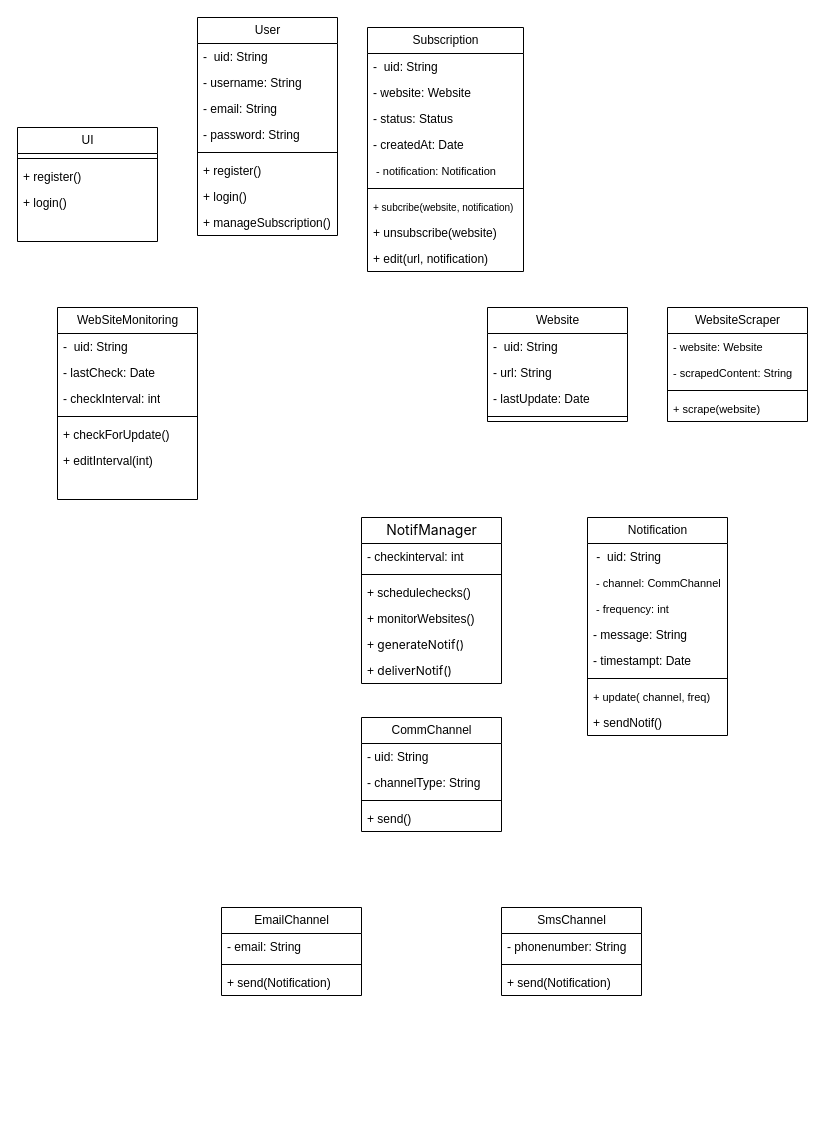
Jordis6534/SWE_D_EXC_- keeps this draw.io diagram as EXC_3.drawio. Above is the earlier version. Source tidied: cells renumbered, new cells numbered last; positions are measured from the earlier drawing's top-left corner, leaving out a move shared by most shapes. Both pictures are drawn from the tidied source at 100%, with x=0, y=0 at pixel (17, 17).
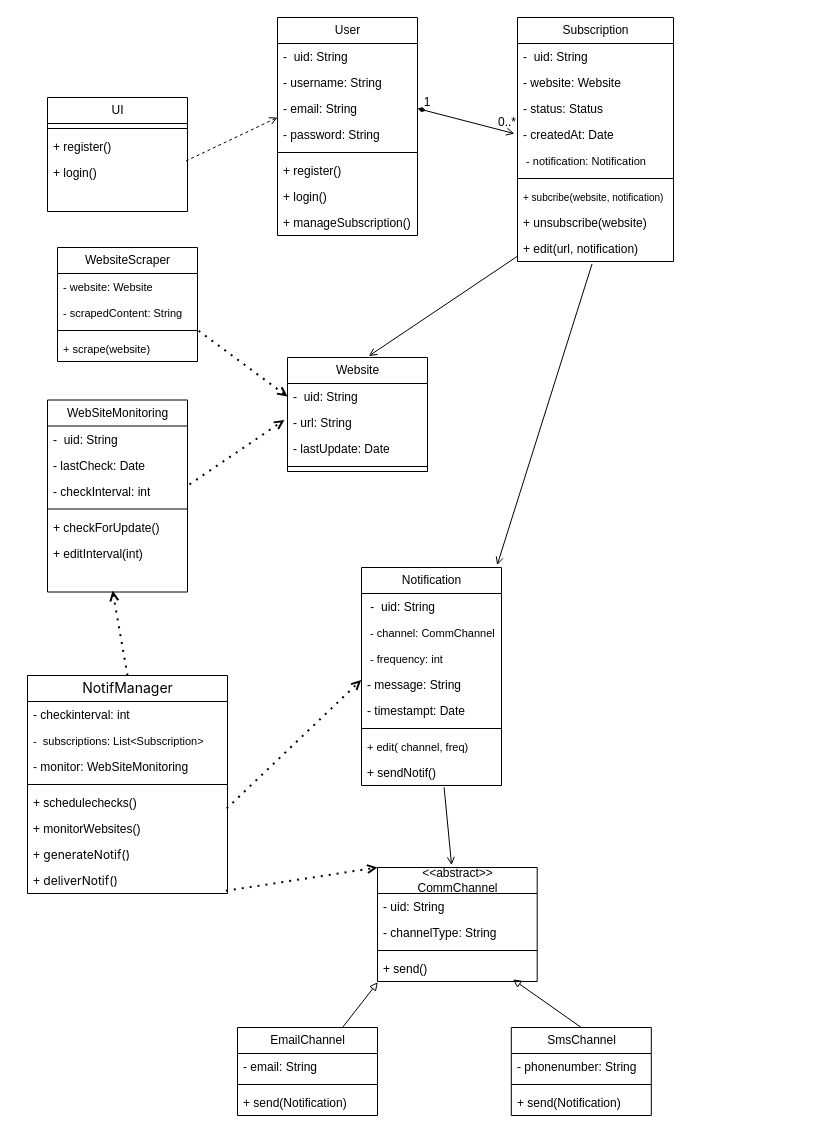
Above is the later version.

The change refers to these unchanged cells:
```xml
<mxCell id="5" value="- email: String" style="text;strokeColor=none;fillColor=none;align=left;verticalAlign=top;spacingLeft=4;spacingRight=4;overflow=hidden;points=[[0,0.5],[1,0.5]];portConstraint=eastwest;whiteSpace=wrap;html=1;" parent="2" vertex="1">
  <mxGeometry y="78" width="140" height="26" as="geometry" />
</mxCell>
<mxCell id="15" value="- createdAt: Date" style="text;strokeColor=none;fillColor=none;align=left;verticalAlign=top;spacingLeft=4;spacingRight=4;overflow=hidden;points=[[0,0.5],[1,0.5]];portConstraint=eastwest;whiteSpace=wrap;html=1;" parent="11" vertex="1">
  <mxGeometry y="104" width="156" height="26" as="geometry" />
</mxCell>
<mxCell id="20" value="+ edit(url, notification)" style="text;strokeColor=none;fillColor=none;align=left;verticalAlign=top;spacingLeft=4;spacingRight=4;overflow=hidden;points=[[0,0.5],[1,0.5]];portConstraint=eastwest;whiteSpace=wrap;html=1;" parent="11" vertex="1">
  <mxGeometry y="218" width="156" height="26" as="geometry" />
</mxCell>
<mxCell id="25" value="- message: String" style="text;strokeColor=none;fillColor=none;align=left;verticalAlign=top;spacingLeft=4;spacingRight=4;overflow=hidden;points=[[0,0.5],[1,0.5]];portConstraint=eastwest;whiteSpace=wrap;html=1;" parent="21" vertex="1">
  <mxGeometry y="104" width="140" height="26" as="geometry" />
</mxCell>
<mxCell id="29" value="+ sendNotif()" style="text;strokeColor=none;fillColor=none;align=left;verticalAlign=top;spacingLeft=4;spacingRight=4;overflow=hidden;points=[[0,0.5],[1,0.5]];portConstraint=eastwest;whiteSpace=wrap;html=1;" parent="21" vertex="1">
  <mxGeometry y="192" width="140" height="26" as="geometry" />
</mxCell>
<mxCell id="33" value="- checkInterval: int" style="text;strokeColor=none;fillColor=none;align=left;verticalAlign=top;spacingLeft=4;spacingRight=4;overflow=hidden;points=[[0,0.5],[1,0.5]];portConstraint=eastwest;whiteSpace=wrap;html=1;" parent="30" vertex="1">
  <mxGeometry y="78" width="140" height="26" as="geometry" />
</mxCell>
<mxCell id="37" style="text;strokeColor=none;fillColor=none;align=left;verticalAlign=top;spacingLeft=4;spacingRight=4;overflow=hidden;points=[[0,0.5],[1,0.5]];portConstraint=eastwest;whiteSpace=wrap;html=1;" parent="30" vertex="1">
  <mxGeometry y="166" width="140" height="26" as="geometry" />
</mxCell>
<mxCell id="41" value="+ login()" style="text;strokeColor=none;fillColor=none;align=left;verticalAlign=top;spacingLeft=4;spacingRight=4;overflow=hidden;points=[[0,0.5],[1,0.5]];portConstraint=eastwest;whiteSpace=wrap;html=1;" parent="38" vertex="1">
  <mxGeometry y="62" width="140" height="26" as="geometry" />
</mxCell>
<mxCell id="44" value="-&amp;nbsp; uid: String" style="text;strokeColor=none;fillColor=none;align=left;verticalAlign=top;spacingLeft=4;spacingRight=4;overflow=hidden;points=[[0,0.5],[1,0.5]];portConstraint=eastwest;whiteSpace=wrap;html=1;" parent="43" vertex="1">
  <mxGeometry y="26" width="140" height="26" as="geometry" />
</mxCell>
<mxCell id="45" value="- url: String" style="text;strokeColor=none;fillColor=none;align=left;verticalAlign=top;spacingLeft=4;spacingRight=4;overflow=hidden;points=[[0,0.5],[1,0.5]];portConstraint=eastwest;whiteSpace=wrap;html=1;" parent="43" vertex="1">
  <mxGeometry y="52" width="140" height="26" as="geometry" />
</mxCell>
<mxCell id="51" style="line;strokeWidth=1;html=1;perimeter=backbonePerimeter;points=[];outlineConnect=0;" parent="48" vertex="1">
  <mxGeometry y="78" width="140" height="10" as="geometry" />
</mxCell>
```

The edit, as a diff of the source:
```diff
@@
     <mxCell id="2" value="User" style="swimlane;fontStyle=0;horizontal=1;startSize=26;fillColor=none;html=1;" parent="1" vertex="1">
-      <mxGeometry x="180" width="140" height="218" as="geometry" />
+      <mxGeometry x="260" width="140" height="218" as="geometry" />
     </mxCell>
@@
     <mxCell id="11" value="Subscription" style="swimlane;fontStyle=0;horizontal=1;startSize=26;fillColor=none;html=1;" parent="1" vertex="1">
-      <mxGeometry x="350" y="10" width="156" height="244" as="geometry" />
+      <mxGeometry x="500" width="156" height="244" as="geometry" />
     </mxCell>
@@
     <mxCell id="21" value="Notification" style="swimlane;fontStyle=0;horizontal=1;startSize=26;fillColor=none;html=1;" parent="1" vertex="1">
-      <mxGeometry x="570" y="500" width="140" height="218" as="geometry" />
+      <mxGeometry x="344" y="550" width="140" height="218" as="geometry" />
     </mxCell>
@@
-    <mxCell id="28" value="&lt;font style=&quot;font-size: 11px;&quot;&gt;+ update( channel, freq)&lt;/font&gt;" style="text;strokeColor=none;fillColor=none;align=left;verticalAlign=top;spacingLeft=4;spacingRight=4;overflow=hidden;whiteSpace=wrap;html=1;" parent="21" vertex="1">
+    <mxCell id="28" value="&lt;font style=&quot;font-size: 11px;&quot;&gt;+ edit( channel, freq)&lt;/font&gt;" style="text;strokeColor=none;fillColor=none;align=left;verticalAlign=top;spacingLeft=4;spacingRight=4;overflow=hidden;whiteSpace=wrap;html=1;" parent="21" vertex="1">
       <mxGeometry y="166" width="140" height="26" as="geometry" />
     </mxCell>
@@
     <mxCell id="30" value="WebSiteMonitoring" style="swimlane;fontStyle=0;horizontal=1;startSize=26;fillColor=none;html=1;" parent="1" vertex="1">
-      <mxGeometry x="40" y="290" width="140" height="192" as="geometry" />
+      <mxGeometry x="30" y="382.5" width="140" height="192" as="geometry" />
     </mxCell>
@@
     <mxCell id="38" value="UI" style="swimlane;fontStyle=0;horizontal=1;startSize=26;fillColor=none;html=1;" parent="1" vertex="1">
-      <mxGeometry y="110" width="140" height="114" as="geometry" />
+      <mxGeometry x="30" y="80" width="140" height="114" as="geometry" />
     </mxCell>
@@
     <mxCell id="43" value="Website" style="swimlane;fontStyle=0;horizontal=1;startSize=26;fillColor=none;html=1;" parent="1" vertex="1">
-      <mxGeometry x="470" y="290" width="140" height="114" as="geometry" />
+      <mxGeometry x="270" y="340" width="140" height="114" as="geometry" />
     </mxCell>
@@
     <mxCell id="48" value="WebsiteScraper" style="swimlane;fontStyle=0;horizontal=1;startSize=26;fillColor=none;html=1;" parent="1" vertex="1">
-      <mxGeometry x="650" y="290" width="140" height="114" as="geometry" />
+      <mxGeometry x="40" y="230" width="140" height="114" as="geometry" />
     </mxCell>
@@
     <mxCell id="53" value="&lt;span style=&quot;font-family: &amp;quot;Anthropic Sans&amp;quot;, -apple-system, BlinkMacSystemFont, &amp;quot;Segoe UI&amp;quot;, sans-serif; font-size: 14px; text-align: start;&quot;&gt;NotifManager&lt;/span&gt;" style="swimlane;fontStyle=0;horizontal=1;startSize=26;fillColor=none;html=1;" parent="1" vertex="1">
-      <mxGeometry x="344" y="500" width="140" height="166" as="geometry" />
+      <mxGeometry x="10" y="658" width="200" height="218" as="geometry" />
     </mxCell>
+    <mxCell id="73" value="- checkinterval: int" style="text;strokeColor=none;fillColor=none;align=left;verticalAlign=top;spacingLeft=4;spacingRight=4;overflow=hidden;whiteSpace=wrap;html=1;" parent="53" vertex="1">
+      <mxGeometry y="26" width="200" height="26" as="geometry" />
+    </mxCell>
+    <mxCell id="74" value="&lt;font style=&quot;font-size: 11px;&quot;&gt;-&amp;nbsp; subscriptions: List&amp;lt;Subscription&amp;gt;&lt;/font&gt;" style="text;strokeColor=none;fillColor=none;align=left;verticalAlign=top;spacingLeft=4;spacingRight=4;overflow=hidden;whiteSpace=wrap;html=1;" parent="53" vertex="1">
+      <mxGeometry y="52" width="200" height="26" as="geometry" />
+    </mxCell>
-    <mxCell id="54" value="- checkinterval: int" style="text;strokeColor=none;fillColor=none;align=left;verticalAlign=top;spacingLeft=4;spacingRight=4;overflow=hidden;whiteSpace=wrap;html=1;" parent="53" vertex="1">
-      <mxGeometry y="26" width="140" height="26" as="geometry" />
+    <mxCell id="54" value="-&amp;nbsp;monitor: WebSiteMonitoring" style="text;strokeColor=none;fillColor=none;align=left;verticalAlign=top;spacingLeft=4;spacingRight=4;overflow=hidden;whiteSpace=wrap;html=1;" parent="53" vertex="1">
+      <mxGeometry y="78" width="200" height="26" as="geometry" />
     </mxCell>
     <mxCell id="55" style="line;strokeWidth=1;html=1;perimeter=backbonePerimeter;" parent="53" vertex="1">
-      <mxGeometry y="52" width="140" height="10" as="geometry" />
+      <mxGeometry y="104" width="200" height="10" as="geometry" />
     </mxCell>
     <mxCell id="56" value="+ schedulechecks()" style="text;strokeColor=none;fillColor=none;align=left;verticalAlign=top;spacingLeft=4;spacingRight=4;overflow=hidden;points=[[0,0.5],[1,0.5]];portConstraint=eastwest;whiteSpace=wrap;html=1;" parent="53" vertex="1">
-      <mxGeometry y="62" width="140" height="26" as="geometry" />
+      <mxGeometry y="114" width="200" height="26" as="geometry" />
     </mxCell>
     <mxCell id="57" value="+ monitorWebsites()" style="text;strokeColor=none;fillColor=none;align=left;verticalAlign=top;spacingLeft=4;spacingRight=4;overflow=hidden;whiteSpace=wrap;html=1;" parent="53" vertex="1">
-      <mxGeometry y="88" width="140" height="26" as="geometry" />
+      <mxGeometry y="140" width="200" height="26" as="geometry" />
     </mxCell>
     <mxCell id="58" value="+&amp;nbsp;&lt;span style=&quot;font-family: &amp;quot;Anthropic Sans&amp;quot;, -apple-system, BlinkMacSystemFont, &amp;quot;Segoe UI&amp;quot;, sans-serif; text-wrap-mode: nowrap;&quot;&gt;generateNotif()&lt;/span&gt;" style="text;strokeColor=none;fillColor=none;align=left;verticalAlign=top;spacingLeft=4;spacingRight=4;overflow=hidden;whiteSpace=wrap;html=1;" parent="53" vertex="1">
-      <mxGeometry y="114" width="140" height="26" as="geometry" />
+      <mxGeometry y="166" width="200" height="26" as="geometry" />
     </mxCell>
     <mxCell id="59" value="+&amp;nbsp;&lt;span style=&quot;font-family: &amp;quot;Anthropic Sans&amp;quot;, -apple-system, BlinkMacSystemFont, &amp;quot;Segoe UI&amp;quot;, sans-serif; text-wrap-mode: nowrap;&quot;&gt;deliverNotif()&lt;/span&gt;" style="text;strokeColor=none;fillColor=none;align=left;verticalAlign=top;spacingLeft=4;spacingRight=4;overflow=hidden;points=[[0,0.5],[1,0.5]];portConstraint=eastwest;whiteSpace=wrap;html=1;" parent="53" vertex="1">
-      <mxGeometry y="140" width="140" height="26" as="geometry" />
+      <mxGeometry y="192" width="200" height="26" as="geometry" />
     </mxCell>
-    <mxCell id="60" value="CommChannel" style="swimlane;fontStyle=0;horizontal=1;startSize=26;fillColor=none;html=1;" parent="1" vertex="1">
-      <mxGeometry x="344" y="700" width="140" height="114" as="geometry" />
+    <mxCell id="60" value="&lt;div&gt;&amp;lt;&amp;lt;abstract&amp;gt;&amp;gt;&lt;/div&gt;CommChannel" style="swimlane;fontStyle=0;horizontal=1;startSize=26;fillColor=none;html=1;" parent="1" vertex="1">
+      <mxGeometry x="360" y="850" width="159.7" height="114" as="geometry" />
     </mxCell>
     <mxCell id="61" value="- uid: String&lt;div&gt;&lt;/div&gt;" style="text;strokeColor=none;fillColor=none;align=left;verticalAlign=top;spacingLeft=4;spacingRight=4;overflow=hidden;whiteSpace=wrap;html=1;" parent="60" vertex="1">
-      <mxGeometry y="26" width="140" height="26" as="geometry" />
+      <mxGeometry y="26" width="159.7" height="26" as="geometry" />
     </mxCell>
     <mxCell id="62" value="- channelType: String" style="text;strokeColor=none;fillColor=none;align=left;verticalAlign=top;spacingLeft=4;spacingRight=4;overflow=hidden;whiteSpace=wrap;html=1;" parent="60" vertex="1">
-      <mxGeometry y="52" width="140" height="26" as="geometry" />
+      <mxGeometry y="52" width="159.7" height="26" as="geometry" />
     </mxCell>
     <mxCell id="63" style="line;strokeWidth=1;html=1;perimeter=backbonePerimeter;" parent="60" vertex="1">
-      <mxGeometry y="78" width="140" height="10" as="geometry" />
+      <mxGeometry y="78" width="159.7" height="10" as="geometry" />
     </mxCell>
     <mxCell id="64" value="+ send()" style="text;strokeColor=none;fillColor=none;align=left;verticalAlign=top;spacingLeft=4;spacingRight=4;overflow=hidden;points=[[0,0.5],[1,0.5]];portConstraint=eastwest;whiteSpace=wrap;html=1;" parent="60" vertex="1">
-      <mxGeometry y="88" width="140" height="26" as="geometry" />
+      <mxGeometry y="88" width="159.7" height="26" as="geometry" />
     </mxCell>
     <mxCell id="65" value="EmailChannel" style="swimlane;fontStyle=0;horizontal=1;startSize=26;fillColor=none;html=1;" parent="1" vertex="1">
-      <mxGeometry x="204" y="890" width="140" height="88" as="geometry" />
+      <mxGeometry x="220" y="1010" width="140" height="88" as="geometry" />
     </mxCell>
@@
     <mxCell id="69" value="SmsChannel" style="swimlane;fontStyle=0;horizontal=1;startSize=26;fillColor=none;html=1;" parent="1" vertex="1">
-      <mxGeometry x="484" y="890" width="140" height="88" as="geometry" />
+      <mxGeometry x="493.8" y="1010" width="140" height="88" as="geometry" />
     </mxCell>
@@
+    <mxCell id="75" style="endArrow=open;html=1;rounded=0;exitX=0.988;exitY=0.06;exitDx=0;exitDy=0;exitPerimeter=0;entryX=0;entryY=0.846;entryDx=0;entryDy=0;entryPerimeter=0;dashed=1;startArrow=none;startFill=0;endFill=0;" parent="1" edge="1" source="41" target="5">
+      <mxGeometry relative="1" as="geometry" />
+    </mxCell>
+    <mxCell id="76" style="endArrow=open;html=1;rounded=0;entryX=-0.02;entryY=0.467;entryDx=0;entryDy=0;entryPerimeter=0;exitX=1;exitY=0.5;exitDx=0;exitDy=0;startArrow=diamondThin;startFill=1;endFill=0;" parent="1" edge="1" source="5" target="15">
+      <mxGeometry relative="1" as="geometry" />
+    </mxCell>
+    <mxCell id="77" style="endArrow=open;dashed=1;html=1;dashPattern=1 3;strokeWidth=2;rounded=0;exitX=1.014;exitY=0.247;exitDx=0;exitDy=0;exitPerimeter=0;entryX=-0.022;entryY=0.401;entryDx=0;entryDy=0;entryPerimeter=0;endFill=0;" parent="1" edge="1" source="33" target="45">
+      <mxGeometry relative="1" as="geometry" />
+    </mxCell>
+    <mxCell id="78" style="endArrow=none;dashed=1;html=1;dashPattern=1 3;strokeWidth=2;rounded=0;exitX=0;exitY=0.5;exitDx=0;exitDy=0;startArrow=open;startFill=0;" parent="1" edge="1" source="44" target="51">
+      <mxGeometry relative="1" as="geometry" />
+    </mxCell>
+    <mxCell id="79" style="endArrow=open;dashed=1;html=1;dashPattern=1 3;strokeWidth=2;rounded=0;entryX=0.465;entryY=0.953;entryDx=0;entryDy=0;entryPerimeter=0;exitX=0.5;exitY=0;exitDx=0;exitDy=0;endFill=0;" parent="1" edge="1" source="53" target="37">
+      <mxGeometry relative="1" as="geometry" />
+    </mxCell>
+    <mxCell id="80" style="endArrow=open;dashed=1;html=1;dashPattern=1 3;strokeWidth=2;rounded=0;exitX=0.996;exitY=0.731;exitDx=0;exitDy=0;exitPerimeter=0;entryX=-0.002;entryY=0.324;entryDx=0;entryDy=0;entryPerimeter=0;endFill=0;" parent="1" edge="1" source="56" target="25">
+      <mxGeometry relative="1" as="geometry" />
+    </mxCell>
+    <mxCell id="81" style="endArrow=open;dashed=1;html=1;dashPattern=1 3;strokeWidth=2;rounded=0;entryX=0;entryY=0;entryDx=0;entryDy=0;exitX=0.992;exitY=0.896;exitDx=0;exitDy=0;exitPerimeter=0;endFill=0;" parent="1" edge="1" source="59" target="60">
+      <mxGeometry relative="1" as="geometry" />
+    </mxCell>
+    <mxCell id="82" style="endArrow=none;html=1;rounded=0;entryX=0.478;entryY=1.093;entryDx=0;entryDy=0;entryPerimeter=0;exitX=0.969;exitY=-0.011;exitDx=0;exitDy=0;exitPerimeter=0;startArrow=open;startFill=0;" parent="1" edge="1" source="21" target="20">
+      <mxGeometry relative="1" as="geometry" />
+    </mxCell>
+    <mxCell id="83" style="endArrow=none;html=1;rounded=0;exitX=0.464;exitY=-0.021;exitDx=0;exitDy=0;exitPerimeter=0;entryX=0.59;entryY=1.071;entryDx=0;entryDy=0;entryPerimeter=0;startArrow=open;startFill=0;" parent="1" edge="1" source="60" target="29">
+      <mxGeometry relative="1" as="geometry" />
+    </mxCell>
+    <mxCell id="84" style="endArrow=none;html=1;rounded=0;entryX=0.002;entryY=0.788;entryDx=0;entryDy=0;entryPerimeter=0;exitX=0.581;exitY=-0.013;exitDx=0;exitDy=0;exitPerimeter=0;startArrow=open;startFill=0;" parent="1" edge="1" source="43" target="20">
+      <mxGeometry relative="1" as="geometry" />
+    </mxCell>
+    <mxCell id="85" style="endArrow=block;html=1;rounded=0;entryX=0.002;entryY=1.027;entryDx=0;entryDy=0;entryPerimeter=0;exitX=0.75;exitY=0;exitDx=0;exitDy=0;endFill=0;" parent="1" edge="1" source="65" target="64">
+      <mxGeometry relative="1" as="geometry" />
+    </mxCell>
+    <mxCell id="86" style="endArrow=block;html=1;rounded=0;entryX=0.848;entryY=0.92;entryDx=0;entryDy=0;entryPerimeter=0;exitX=0.5;exitY=0;exitDx=0;exitDy=0;endFill=0;" parent="1" edge="1" source="69" target="64">
+      <mxGeometry relative="1" as="geometry" />
+    </mxCell>
+    <mxCell id="87" value="1" style="text;html=1;whiteSpace=wrap;strokeColor=none;fillColor=none;align=center;verticalAlign=middle;rounded=0;" parent="1" vertex="1">
+      <mxGeometry x="380" y="70" width="60" height="30" as="geometry" />
+    </mxCell>
+    <mxCell id="88" value="0..*" style="text;html=1;whiteSpace=wrap;strokeColor=none;fillColor=none;align=center;verticalAlign=middle;rounded=0;" parent="1" vertex="1">
+      <mxGeometry x="459.6" y="90" width="60" height="30" as="geometry" />
+    </mxCell>
```
